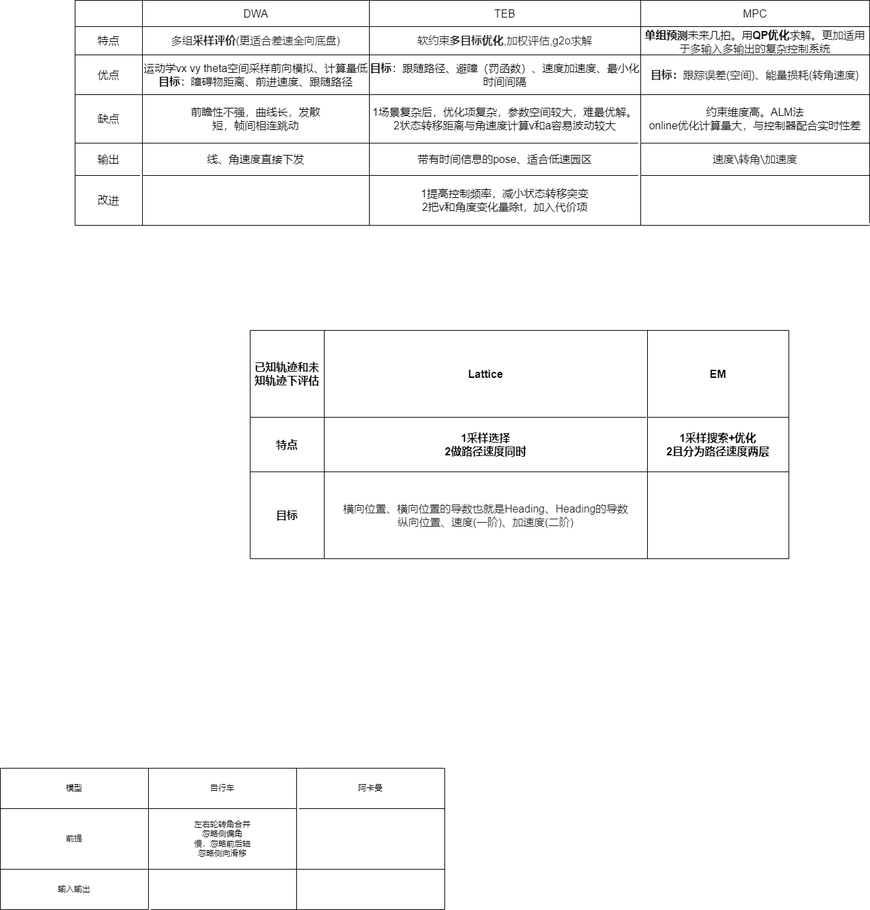
Above: fisrst.drawio.png in JonHarold/MAPF (draw.io), before the change. Source tidied: cells renumbered, new cells last; positions are measured from the earlier drawing's top-left corner, leaving out a move shared by most shapes.
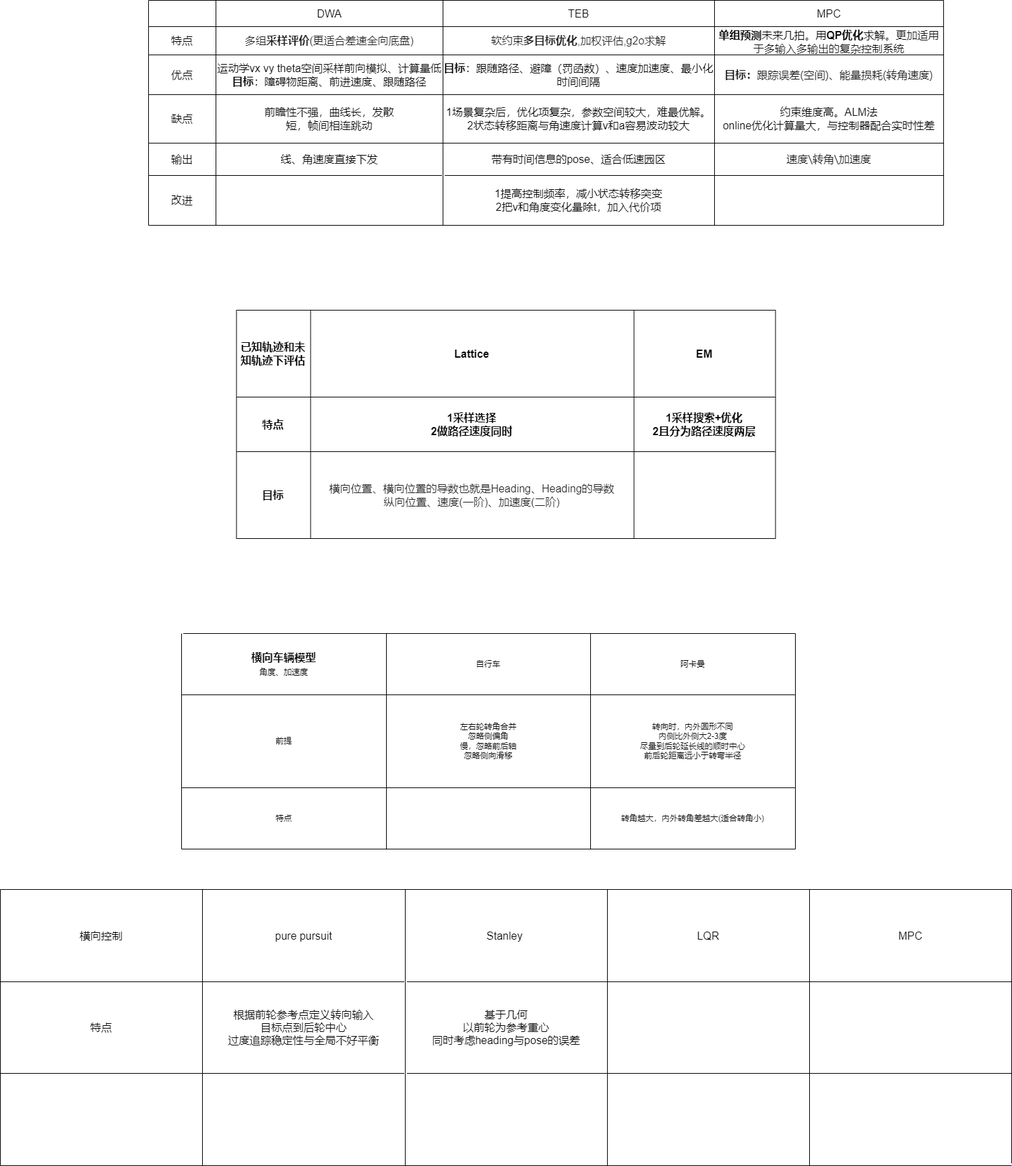
After the commit.

The edit, as a diff of the source:
```diff
@@ -3,7 +3,7 @@
     <mxCell id="0" />
     <mxCell id="1" parent="0" />
     <mxCell id="2" style="shape=table;startSize=0;fontSize=16;fontStyle=0;" parent="1" vertex="1">
-      <mxGeometry x="111" width="1180" height="334" as="geometry" />
+      <mxGeometry x="-29" y="60" width="1180" height="334" as="geometry" />
     </mxCell>
     <mxCell id="3" style="shape=tableRow;horizontal=0;startSize=0;swimlaneHead=0;swimlaneBody=0;top=0;left=0;bottom=0;right=0;fillColor=none;fontSize=16;fontStyle=0;" parent="2" vertex="1">
       <mxGeometry width="1180" height="39" as="geometry" />
@@ -96,7 +96,7 @@
       <mxGeometry x="840" width="340" height="74" as="geometry" />
     </mxCell>
     <mxCell id="33" style="shape=table;startSize=0;fontSize=16;fontStyle=1;" parent="1" vertex="1">
-      <mxGeometry x="371" y="490" width="800" height="339" as="geometry" />
+      <mxGeometry x="101.5" y="520" width="800" height="339" as="geometry" />
     </mxCell>
     <mxCell id="34" style="shape=tableRow;horizontal=0;startSize=0;swimlaneHead=0;swimlaneBody=0;top=0;left=0;bottom=0;right=0;fillColor=none;fontSize=16;fontStyle=1;" parent="33" vertex="1">
       <mxGeometry width="800" height="129" as="geometry" />
@@ -135,43 +135,100 @@
       <mxGeometry x="590" width="210" height="129" as="geometry" />
     </mxCell>
     <mxCell id="46" style="shape=table;startSize=0;" parent="1" vertex="1">
-      <mxGeometry y="1140" width="660" height="210" as="geometry" />
+      <mxGeometry x="20" y="1000" width="911" height="320" as="geometry" />
     </mxCell>
     <mxCell id="47" style="shape=tableRow;horizontal=0;startSize=0;swimlaneHead=0;swimlaneBody=0;top=0;left=0;bottom=0;right=0;fillColor=none;" parent="46" vertex="1">
-      <mxGeometry width="660" height="60" as="geometry" />
+      <mxGeometry width="911" height="91" as="geometry" />
     </mxCell>
-    <mxCell id="48" value="模型" style="shape=partialRectangle;html=1;whiteSpace=wrap;overflow=hidden;fillColor=none;top=0;left=0;bottom=0;right=0;" parent="47" vertex="1">
-      <mxGeometry width="220" height="60" as="geometry" />
+    <mxCell id="48" value="&lt;b&gt;&lt;font style=&quot;font-size: 16px;&quot;&gt;横向车辆模型&lt;br&gt;&lt;/font&gt;&lt;/b&gt;角度、加速度&lt;b&gt;&lt;font style=&quot;font-size: 16px;&quot;&gt;&lt;br&gt;&lt;/font&gt;&lt;/b&gt;" style="shape=partialRectangle;html=1;whiteSpace=wrap;overflow=hidden;fillColor=none;top=0;left=0;bottom=0;right=0;" parent="47" vertex="1">
+      <mxGeometry width="304" height="91" as="geometry" />
     </mxCell>
     <mxCell id="49" value="自行车" style="shape=partialRectangle;html=1;whiteSpace=wrap;overflow=hidden;fillColor=none;top=0;left=0;bottom=0;right=0;" parent="47" vertex="1">
-      <mxGeometry x="220" width="220" height="60" as="geometry" />
+      <mxGeometry x="304" width="303" height="91" as="geometry" />
     </mxCell>
     <mxCell id="50" value="阿卡曼" style="shape=partialRectangle;html=1;whiteSpace=wrap;overflow=hidden;fillColor=none;top=0;left=0;bottom=0;right=0;" parent="47" vertex="1">
-      <mxGeometry x="440" width="220" height="60" as="geometry" />
+      <mxGeometry x="607" width="304" height="91" as="geometry" />
     </mxCell>
     <mxCell id="51" style="shape=tableRow;horizontal=0;startSize=0;swimlaneHead=0;swimlaneBody=0;top=0;left=0;bottom=0;right=0;fillColor=none;" parent="46" vertex="1">
-      <mxGeometry y="60" width="660" height="90" as="geometry" />
+      <mxGeometry y="91" width="911" height="138" as="geometry" />
     </mxCell>
     <mxCell id="52" value="前提" style="shape=partialRectangle;html=1;whiteSpace=wrap;overflow=hidden;fillColor=none;top=0;left=0;bottom=0;right=0;" parent="51" vertex="1">
-      <mxGeometry width="220" height="90" as="geometry" />
+      <mxGeometry width="304" height="138" as="geometry" />
     </mxCell>
     <mxCell id="53" value="左右轮转角合并&lt;br&gt;忽略侧偏角&lt;br&gt;慢，忽略前后轴&lt;br&gt;忽略侧向滑移" style="shape=partialRectangle;html=1;whiteSpace=wrap;overflow=hidden;fillColor=none;top=0;left=0;bottom=0;right=0;" parent="51" vertex="1">
-      <mxGeometry x="220" width="220" height="90" as="geometry" />
+      <mxGeometry x="304" width="303" height="138" as="geometry" />
     </mxCell>
-    <mxCell id="54" style="shape=partialRectangle;html=1;whiteSpace=wrap;overflow=hidden;fillColor=none;top=0;left=0;bottom=0;right=0;" parent="51" vertex="1">
-      <mxGeometry x="440" width="220" height="90" as="geometry" />
+    <mxCell id="54" value="转向时，内外圆形不同&lt;br&gt;内侧比外侧大2-3度&lt;br&gt;尽量到后轮延长线的顺时中心&lt;br&gt;前后轮距离远小于转弯半径" style="shape=partialRectangle;html=1;whiteSpace=wrap;overflow=hidden;fillColor=none;top=0;left=0;bottom=0;right=0;" parent="51" vertex="1">
+      <mxGeometry x="607" width="304" height="138" as="geometry" />
     </mxCell>
     <mxCell id="55" style="shape=tableRow;horizontal=0;startSize=0;swimlaneHead=0;swimlaneBody=0;top=0;left=0;bottom=0;right=0;fillColor=none;" parent="46" vertex="1">
-      <mxGeometry y="150" width="660" height="60" as="geometry" />
+      <mxGeometry y="229" width="911" height="91" as="geometry" />
     </mxCell>
-    <mxCell id="56" value="输入输出" style="shape=partialRectangle;html=1;whiteSpace=wrap;overflow=hidden;fillColor=none;top=0;left=0;bottom=0;right=0;" parent="55" vertex="1">
-      <mxGeometry width="220" height="60" as="geometry" />
+    <mxCell id="56" value="特点" style="shape=partialRectangle;html=1;whiteSpace=wrap;overflow=hidden;fillColor=none;top=0;left=0;bottom=0;right=0;" parent="55" vertex="1">
+      <mxGeometry width="304" height="91" as="geometry" />
     </mxCell>
     <mxCell id="57" style="shape=partialRectangle;html=1;whiteSpace=wrap;overflow=hidden;fillColor=none;top=0;left=0;bottom=0;right=0;" parent="55" vertex="1">
-      <mxGeometry x="220" width="220" height="60" as="geometry" />
+      <mxGeometry x="304" width="303" height="91" as="geometry" />
     </mxCell>
-    <mxCell id="58" style="shape=partialRectangle;html=1;whiteSpace=wrap;overflow=hidden;fillColor=none;top=0;left=0;bottom=0;right=0;" parent="55" vertex="1">
-      <mxGeometry x="440" width="220" height="60" as="geometry" />
+    <mxCell id="58" value="转角越大，内外转角差越大(适合转角小)" style="shape=partialRectangle;html=1;whiteSpace=wrap;overflow=hidden;fillColor=none;top=0;left=0;bottom=0;right=0;" parent="55" vertex="1">
+      <mxGeometry x="607" width="304" height="91" as="geometry" />
     </mxCell>
+    <mxCell id="59" style="shape=table;startSize=0;fontSize=16;" parent="1" vertex="1">
+      <mxGeometry x="-249" y="1380" width="1501" height="410" as="geometry" />
+    </mxCell>
+    <mxCell id="60" style="shape=tableRow;horizontal=0;startSize=0;swimlaneHead=0;swimlaneBody=0;top=0;left=0;bottom=0;right=0;fillColor=none;fontSize=16;" parent="59" vertex="1">
+      <mxGeometry width="1501" height="137" as="geometry" />
+    </mxCell>
+    <mxCell id="61" value="横向控制" style="shape=partialRectangle;html=1;whiteSpace=wrap;overflow=hidden;fillColor=none;top=0;left=0;bottom=0;right=0;fontSize=16;" parent="60" vertex="1">
+      <mxGeometry width="300" height="137" as="geometry" />
+    </mxCell>
+    <mxCell id="62" value="pure pursuit" style="shape=partialRectangle;html=1;whiteSpace=wrap;overflow=hidden;fillColor=none;top=0;left=0;bottom=0;right=0;fontSize=16;" parent="60" vertex="1">
+      <mxGeometry x="300" width="301" height="137" as="geometry" />
+    </mxCell>
+    <mxCell id="63" value="Stanley&amp;nbsp;" style="shape=partialRectangle;html=1;whiteSpace=wrap;overflow=hidden;fillColor=none;top=0;left=0;bottom=0;right=0;fontSize=16;" parent="60" vertex="1">
+      <mxGeometry x="601" width="300" height="137" as="geometry" />
+    </mxCell>
+    <mxCell id="64" value="LQR" style="shape=partialRectangle;html=1;whiteSpace=wrap;overflow=hidden;fillColor=none;top=0;left=0;bottom=0;right=0;fontSize=16;" parent="60" vertex="1">
+      <mxGeometry x="901" width="300" height="137" as="geometry" />
+    </mxCell>
+    <mxCell id="65" value="MPC" style="shape=partialRectangle;html=1;whiteSpace=wrap;overflow=hidden;fillColor=none;top=0;left=0;bottom=0;right=0;fontSize=16;" parent="60" vertex="1">
+      <mxGeometry x="1201" width="300" height="137" as="geometry" />
+    </mxCell>
+    <mxCell id="66" style="shape=tableRow;horizontal=0;startSize=0;swimlaneHead=0;swimlaneBody=0;top=0;left=0;bottom=0;right=0;fillColor=none;fontSize=16;" parent="59" vertex="1">
+      <mxGeometry y="137" width="1501" height="136" as="geometry" />
+    </mxCell>
+    <mxCell id="67" value="特点" style="shape=partialRectangle;html=1;whiteSpace=wrap;overflow=hidden;fillColor=none;top=0;left=0;bottom=0;right=0;fontSize=16;" parent="66" vertex="1">
+      <mxGeometry width="300" height="136" as="geometry" />
+    </mxCell>
+    <mxCell id="68" value="根据前轮参考点定义转向输入&lt;br&gt;目标点到后轮中心&lt;br&gt;过度追踪稳定性与全局不好平衡" style="shape=partialRectangle;html=1;whiteSpace=wrap;overflow=hidden;fillColor=none;top=0;left=0;bottom=0;right=0;fontSize=16;" parent="66" vertex="1">
+      <mxGeometry x="300" width="301" height="136" as="geometry" />
+    </mxCell>
+    <mxCell id="69" value="基于几何&lt;br&gt;以前轮为参考重心&lt;br&gt;同时考虑heading与pose的误差" style="shape=partialRectangle;html=1;whiteSpace=wrap;overflow=hidden;fillColor=none;top=0;left=0;bottom=0;right=0;fontSize=16;" parent="66" vertex="1">
+      <mxGeometry x="601" width="300" height="136" as="geometry" />
+    </mxCell>
+    <mxCell id="70" style="shape=partialRectangle;html=1;whiteSpace=wrap;overflow=hidden;fillColor=none;top=0;left=0;bottom=0;right=0;fontSize=16;" parent="66" vertex="1">
+      <mxGeometry x="901" width="300" height="136" as="geometry" />
+    </mxCell>
+    <mxCell id="71" style="shape=partialRectangle;html=1;whiteSpace=wrap;overflow=hidden;fillColor=none;top=0;left=0;bottom=0;right=0;fontSize=16;" parent="66" vertex="1">
+      <mxGeometry x="1201" width="300" height="136" as="geometry" />
+    </mxCell>
+    <mxCell id="72" style="shape=tableRow;horizontal=0;startSize=0;swimlaneHead=0;swimlaneBody=0;top=0;left=0;bottom=0;right=0;fillColor=none;fontSize=16;" parent="59" vertex="1">
+      <mxGeometry y="273" width="1501" height="137" as="geometry" />
+    </mxCell>
+    <mxCell id="73" style="shape=partialRectangle;html=1;whiteSpace=wrap;overflow=hidden;fillColor=none;top=0;left=0;bottom=0;right=0;fontSize=16;" parent="72" vertex="1">
+      <mxGeometry width="300" height="137" as="geometry" />
+    </mxCell>
+    <mxCell id="74" style="shape=partialRectangle;html=1;whiteSpace=wrap;overflow=hidden;fillColor=none;top=0;left=0;bottom=0;right=0;fontSize=16;" parent="72" vertex="1">
+      <mxGeometry x="300" width="301" height="137" as="geometry" />
+    </mxCell>
+    <mxCell id="75" style="shape=partialRectangle;html=1;whiteSpace=wrap;overflow=hidden;fillColor=none;top=0;left=0;bottom=0;right=0;fontSize=16;" parent="72" vertex="1">
+      <mxGeometry x="601" width="300" height="137" as="geometry" />
+    </mxCell>
+    <mxCell id="76" style="shape=partialRectangle;html=1;whiteSpace=wrap;overflow=hidden;fillColor=none;top=0;left=0;bottom=0;right=0;fontSize=16;" parent="72" vertex="1">
+      <mxGeometry x="901" width="300" height="137" as="geometry" />
+    </mxCell>
+    <mxCell id="77" style="shape=partialRectangle;html=1;whiteSpace=wrap;overflow=hidden;fillColor=none;top=0;left=0;bottom=0;right=0;fontSize=16;" parent="72" vertex="1">
+      <mxGeometry x="1201" width="300" height="137" as="geometry" />
+    </mxCell>
   </root>
 </mxGraphModel>
```
